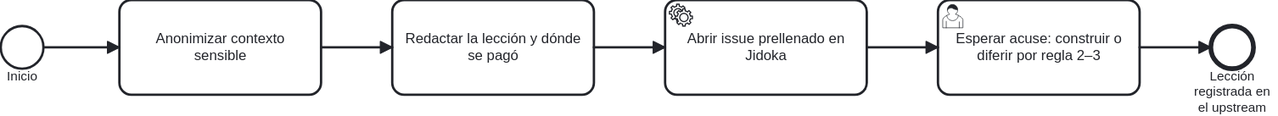
The BPMN diagram docs/atlas/render/44-reportar-leccion-as-is.svg in ArmandoMedina/jidoka, before a commit. Its source is kept beside it as docs/atlas/40-lazo-motor/44-reportar-leccion-as-is.bpmn. Ids are renumbered.
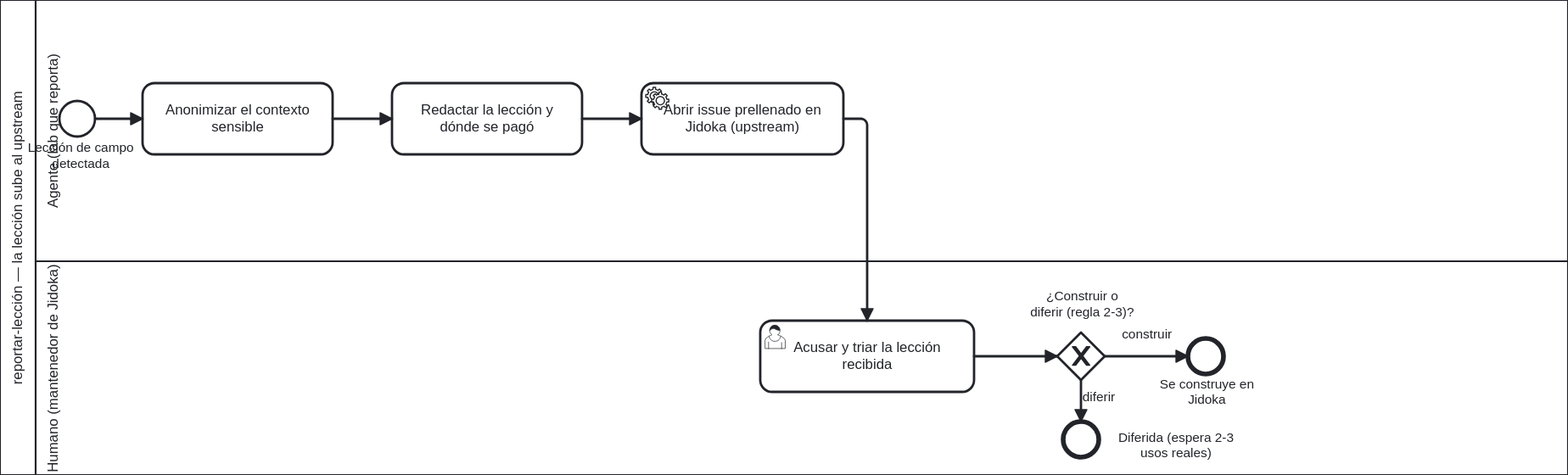
Later version of the same file.

What changed in the source:
```diff
@@ -1,73 +1,128 @@
-<bpmn:definitions xmlns:bpmn="http://www.omg.org/spec/BPMN/20100524/MODEL" xmlns:bpmndi="http://www.omg.org/spec/BPMN/20100524/DI" xmlns:dc="http://www.omg.org/spec/DD/20100524/DC" xmlns:di="http://www.omg.org/spec/DD/20100524/DI" xmlns:xsi="http://www.w3.org/2001/XMLSchema-instance" id="Definitions_44_Leccion" targetNamespace="https://github.com/ArmandoMedina/jidoka/process-atlas" exporter="OpenAI BPMN Atlas Generator" exporterVersion="0.2" xmlns:modeler="http://camunda.org/schema/modeler/1.0" modeler:executionPlatform="Camunda Platform" modeler:executionPlatformVersion="7.18.0">
-  <bpmn:process id="Process_ReportarLeccion" name="Reportar una lección a Jidoka" isExecutable="false">
-    <bpmn:documentation>Fuente: tools/reportar-leccion.ps1</bpmn:documentation>
-    <bpmn:startEvent id="Start" name="Inicio">
-      <bpmn:outgoing>F_Start_Task_Anonimizar</bpmn:outgoing>
+<bpmn:definitions xmlns:bpmn="http://www.omg.org/spec/BPMN/20100524/MODEL" xmlns:bpmndi="http://www.omg.org/spec/BPMN/20100524/DI" xmlns:dc="http://www.omg.org/spec/DD/20100524/DC" xmlns:di="http://www.omg.org/spec/DD/20100524/DI" xmlns:xsi="http://www.w3.org/2001/XMLSchema-instance" id="Definitions_44_Leccion" targetNamespace="https://github.com/ArmandoMedina/jidoka/process-atlas" exporter="Jidoka Atlas" exporterVersion="0.3" xmlns:modeler="http://camunda.org/schema/modeler/1.0" modeler:executionPlatform="Camunda Platform" modeler:executionPlatformVersion="7.18.0">
+  <bpmn:collaboration id="Collab_Leccion">
+    <bpmn:participant id="Pool_Leccion" name="reportar-lección — la lección sube al upstream" processRef="Process_ReportarLeccion"/>
+  </bpmn:collaboration>
+  <bpmn:process id="Process_ReportarLeccion" name="reportar-lección: el lab reporta, el mantenedor decide" isExecutable="false">
+    <bpmn:documentation>Fuente: tools/reportar-leccion.ps1. Carriles: el Agente del lab anonimiza y abre el issue; el Humano mantenedor de Jidoka decide construir o diferir por regla 2-3.</bpmn:documentation>
+    <bpmn:laneSet id="LaneSet_Leccion">
+      <bpmn:lane id="Lane_Agente" name="Agente (lab que reporta)">
+        <bpmn:flowNodeRef>Start</bpmn:flowNodeRef>
+        <bpmn:flowNodeRef>T_Anonimizar</bpmn:flowNodeRef>
+        <bpmn:flowNodeRef>T_Redactar</bpmn:flowNodeRef>
+        <bpmn:flowNodeRef>T_Abrir</bpmn:flowNodeRef>
+      </bpmn:lane>
+      <bpmn:lane id="Lane_Humano" name="Humano (mantenedor de Jidoka)">
+        <bpmn:flowNodeRef>U_Acusar</bpmn:flowNodeRef>
+        <bpmn:flowNodeRef>Gw_Acuse</bpmn:flowNodeRef>
+        <bpmn:flowNodeRef>End_Construir</bpmn:flowNodeRef>
+        <bpmn:flowNodeRef>End_Diferir</bpmn:flowNodeRef>
+      </bpmn:lane>
+    </bpmn:laneSet>
+    <bpmn:startEvent id="Start" name="Lección de campo detectada">
+      <bpmn:outgoing>f1</bpmn:outgoing>
     </bpmn:startEvent>
-    <bpmn:task id="Task_Anonimizar" name="Anonimizar contexto sensible">
-      <bpmn:incoming>F_Start_Task_Anonimizar</bpmn:incoming>
-      <bpmn:outgoing>F_Task_Anonimizar_Task_Redactar</bpmn:outgoing>
+    <bpmn:task id="T_Anonimizar" name="Anonimizar el contexto sensible">
+      <bpmn:incoming>f1</bpmn:incoming>
+      <bpmn:outgoing>f2</bpmn:outgoing>
     </bpmn:task>
-    <bpmn:sequenceFlow id="F_Start_Task_Anonimizar" sourceRef="Start" targetRef="Task_Anonimizar"/>
-    <bpmn:task id="Task_Redactar" name="Redactar la lección y dónde se pagó">
-      <bpmn:incoming>F_Task_Anonimizar_Task_Redactar</bpmn:incoming>
-      <bpmn:outgoing>F_Task_Redactar_Task_Abrir</bpmn:outgoing>
+    <bpmn:task id="T_Redactar" name="Redactar la lección y dónde se pagó">
+      <bpmn:incoming>f2</bpmn:incoming>
+      <bpmn:outgoing>f3</bpmn:outgoing>
     </bpmn:task>
-    <bpmn:sequenceFlow id="F_Task_Anonimizar_Task_Redactar" sourceRef="Task_Anonimizar" targetRef="Task_Redactar"/>
-    <bpmn:serviceTask id="Task_Abrir" name="Abrir issue prellenado en Jidoka">
-      <bpmn:incoming>F_Task_Redactar_Task_Abrir</bpmn:incoming>
-      <bpmn:outgoing>F_Task_Abrir_Task_Esperar</bpmn:outgoing>
+    <bpmn:serviceTask id="T_Abrir" name="Abrir issue prellenado en Jidoka (upstream)">
+      <bpmn:incoming>f3</bpmn:incoming>
+      <bpmn:outgoing>f_abrir_ac</bpmn:outgoing>
     </bpmn:serviceTask>
-    <bpmn:sequenceFlow id="F_Task_Redactar_Task_Abrir" sourceRef="Task_Redactar" targetRef="Task_Abrir"/>
-    <bpmn:userTask id="Task_Esperar" name="Esperar acuse: construir o diferir por regla 2–3">
-      <bpmn:incoming>F_Task_Abrir_Task_Esperar</bpmn:incoming>
-      <bpmn:outgoing>F_Task_Esperar_End</bpmn:outgoing>
+    <bpmn:userTask id="U_Acusar" name="Acusar y triar la lección recibida">
+      <bpmn:incoming>f_abrir_ac</bpmn:incoming>
+      <bpmn:outgoing>f_ac_gw</bpmn:outgoing>
     </bpmn:userTask>
-    <bpmn:sequenceFlow id="F_Task_Abrir_Task_Esperar" sourceRef="Task_Abrir" targetRef="Task_Esperar"/>
-    <bpmn:endEvent id="End" name="Lección registrada en el upstream">
-      <bpmn:incoming>F_Task_Esperar_End</bpmn:incoming>
+    <bpmn:exclusiveGateway id="Gw_Acuse" name="¿Construir o diferir (regla 2-3)?">
+      <bpmn:incoming>f_ac_gw</bpmn:incoming>
+      <bpmn:outgoing>f_construir</bpmn:outgoing>
+      <bpmn:outgoing>f_diferir</bpmn:outgoing>
+    </bpmn:exclusiveGateway>
+    <bpmn:endEvent id="End_Construir" name="Se construye en Jidoka">
+      <bpmn:incoming>f_construir</bpmn:incoming>
     </bpmn:endEvent>
-    <bpmn:sequenceFlow id="F_Task_Esperar_End" sourceRef="Task_Esperar" targetRef="End"/>
+    <bpmn:endEvent id="End_Diferir" name="Diferida (espera 2-3 usos reales)">
+      <bpmn:incoming>f_diferir</bpmn:incoming>
+    </bpmn:endEvent>
+    <bpmn:sequenceFlow id="f1" sourceRef="Start" targetRef="T_Anonimizar"/>
+    <bpmn:sequenceFlow id="f2" sourceRef="T_Anonimizar" targetRef="T_Redactar"/>
+    <bpmn:sequenceFlow id="f3" sourceRef="T_Redactar" targetRef="T_Abrir"/>
+    <bpmn:sequenceFlow id="f_abrir_ac" sourceRef="T_Abrir" targetRef="U_Acusar"/>
+    <bpmn:sequenceFlow id="f_ac_gw" sourceRef="U_Acusar" targetRef="Gw_Acuse"/>
+    <bpmn:sequenceFlow id="f_construir" name="construir" sourceRef="Gw_Acuse" targetRef="End_Construir"/>
+    <bpmn:sequenceFlow id="f_diferir" name="diferir" sourceRef="Gw_Acuse" targetRef="End_Diferir"/>
   </bpmn:process>
   <bpmndi:BPMNDiagram id="Diagram_44_Leccion">
-    <bpmndi:BPMNPlane id="Plane_Diagram_44_Leccion" bpmnElement="Process_ReportarLeccion">
-      <bpmndi:BPMNShape id="Shape_Start" bpmnElement="Start">
-        <dc:Bounds x="80" y="220" width="36" height="36"/>
+    <bpmndi:BPMNPlane id="Plane_44_Leccion" bpmnElement="Collab_Leccion">
+      <bpmndi:BPMNShape id="S_Pool" bpmnElement="Pool_Leccion" isHorizontal="true">
+        <dc:Bounds x="160" y="80" width="1320" height="400"/>
       </bpmndi:BPMNShape>
-      <bpmndi:BPMNShape id="Shape_Task_Anonimizar" bpmnElement="Task_Anonimizar">
-        <dc:Bounds x="180" y="198" width="170" height="80"/>
+      <bpmndi:BPMNShape id="S_LaneA" bpmnElement="Lane_Agente" isHorizontal="true">
+        <dc:Bounds x="190" y="80" width="1290" height="220"/>
       </bpmndi:BPMNShape>
-      <bpmndi:BPMNEdge id="Edge_F_Start_Task_Anonimizar" bpmnElement="F_Start_Task_Anonimizar">
-        <di:waypoint x="116" y="238"/>
-        <di:waypoint x="180" y="238"/>
+      <bpmndi:BPMNShape id="S_LaneH" bpmnElement="Lane_Humano" isHorizontal="true">
+        <dc:Bounds x="190" y="300" width="1290" height="180"/>
+      </bpmndi:BPMNShape>
+      <bpmndi:BPMNShape id="S_Start" bpmnElement="Start">
+        <dc:Bounds x="210" y="165" width="30" height="30"/>
+        <bpmndi:BPMNLabel><dc:Bounds x="186" y="198" width="84" height="27"/></bpmndi:BPMNLabel>
+      </bpmndi:BPMNShape>
+      <bpmndi:BPMNShape id="S_TAnonimizar" bpmnElement="T_Anonimizar">
+        <dc:Bounds x="280" y="150" width="160" height="60"/>
+      </bpmndi:BPMNShape>
+      <bpmndi:BPMNShape id="S_TRedactar" bpmnElement="T_Redactar">
+        <dc:Bounds x="490" y="150" width="160" height="60"/>
+      </bpmndi:BPMNShape>
+      <bpmndi:BPMNShape id="S_TAbrir" bpmnElement="T_Abrir">
+        <dc:Bounds x="700" y="150" width="170" height="60"/>
+      </bpmndi:BPMNShape>
+      <bpmndi:BPMNShape id="S_UAcusar" bpmnElement="U_Acusar">
+        <dc:Bounds x="800" y="350" width="180" height="60"/>
+      </bpmndi:BPMNShape>
+      <bpmndi:BPMNShape id="S_GwAcuse" bpmnElement="Gw_Acuse" isMarkerVisible="true">
+        <dc:Bounds x="1050" y="360" width="40" height="40"/>
+        <bpmndi:BPMNLabel><dc:Bounds x="1035" y="323" width="72" height="27"/></bpmndi:BPMNLabel>
+      </bpmndi:BPMNShape>
+      <bpmndi:BPMNShape id="S_EndConstruir" bpmnElement="End_Construir">
+        <dc:Bounds x="1160" y="365" width="30" height="30"/>
+        <bpmndi:BPMNLabel><dc:Bounds x="1140" y="397" width="72" height="27"/></bpmndi:BPMNLabel>
+      </bpmndi:BPMNShape>
+      <bpmndi:BPMNShape id="S_EndDiferir" bpmnElement="End_Diferir">
+        <dc:Bounds x="1055" y="435" width="30" height="30"/>
+        <bpmndi:BPMNLabel><dc:Bounds x="1090" y="442" width="120" height="14"/></bpmndi:BPMNLabel>
+      </bpmndi:BPMNShape>
+      <bpmndi:BPMNEdge id="E_f1" bpmnElement="f1">
+        <di:waypoint x="240" y="180"/>
+        <di:waypoint x="280" y="180"/>
       </bpmndi:BPMNEdge>
-      <bpmndi:BPMNShape id="Shape_Task_Redactar" bpmnElement="Task_Redactar">
-        <dc:Bounds x="410" y="198" width="170" height="80"/>
-      </bpmndi:BPMNShape>
-      <bpmndi:BPMNEdge id="Edge_F_Task_Anonimizar_Task_Redactar" bpmnElement="F_Task_Anonimizar_Task_Redactar">
-        <di:waypoint x="350" y="238"/>
-        <di:waypoint x="410" y="238"/>
+      <bpmndi:BPMNEdge id="E_f2" bpmnElement="f2">
+        <di:waypoint x="440" y="180"/>
+        <di:waypoint x="490" y="180"/>
       </bpmndi:BPMNEdge>
-      <bpmndi:BPMNShape id="Shape_Task_Abrir" bpmnElement="Task_Abrir">
-        <dc:Bounds x="640" y="198" width="170" height="80"/>
-      </bpmndi:BPMNShape>
-      <bpmndi:BPMNEdge id="Edge_F_Task_Redactar_Task_Abrir" bpmnElement="F_Task_Redactar_Task_Abrir">
-        <di:waypoint x="580" y="238"/>
-        <di:waypoint x="640" y="238"/>
+      <bpmndi:BPMNEdge id="E_f3" bpmnElement="f3">
+        <di:waypoint x="650" y="180"/>
+        <di:waypoint x="700" y="180"/>
       </bpmndi:BPMNEdge>
-      <bpmndi:BPMNShape id="Shape_Task_Esperar" bpmnElement="Task_Esperar">
-        <dc:Bounds x="870" y="198" width="170" height="80"/>
-      </bpmndi:BPMNShape>
-      <bpmndi:BPMNEdge id="Edge_F_Task_Abrir_Task_Esperar" bpmnElement="F_Task_Abrir_Task_Esperar">
-        <di:waypoint x="810" y="238"/>
-        <di:waypoint x="870" y="238"/>
+      <bpmndi:BPMNEdge id="E_f_abrir_ac" bpmnElement="f_abrir_ac">
+        <di:waypoint x="870" y="180"/>
+        <di:waypoint x="890" y="180"/>
+        <di:waypoint x="890" y="350"/>
       </bpmndi:BPMNEdge>
-      <bpmndi:BPMNShape id="Shape_End" bpmnElement="End">
-        <dc:Bounds x="1100" y="220" width="36" height="36"/>
-      </bpmndi:BPMNShape>
-      <bpmndi:BPMNEdge id="Edge_F_Task_Esperar_End" bpmnElement="F_Task_Esperar_End">
-        <di:waypoint x="1040" y="238"/>
-        <di:waypoint x="1100" y="238"/>
+      <bpmndi:BPMNEdge id="E_f_ac_gw" bpmnElement="f_ac_gw">
+        <di:waypoint x="980" y="380"/>
+        <di:waypoint x="1050" y="380"/>
+      </bpmndi:BPMNEdge>
+      <bpmndi:BPMNEdge id="E_f_construir" bpmnElement="f_construir">
+        <di:waypoint x="1090" y="380"/>
+        <di:waypoint x="1160" y="380"/>
+      </bpmndi:BPMNEdge>
+      <bpmndi:BPMNEdge id="E_f_diferir" bpmnElement="f_diferir">
+        <di:waypoint x="1070" y="400"/>
+        <di:waypoint x="1070" y="435"/>
       </bpmndi:BPMNEdge>
     </bpmndi:BPMNPlane>
   </bpmndi:BPMNDiagram>
```
